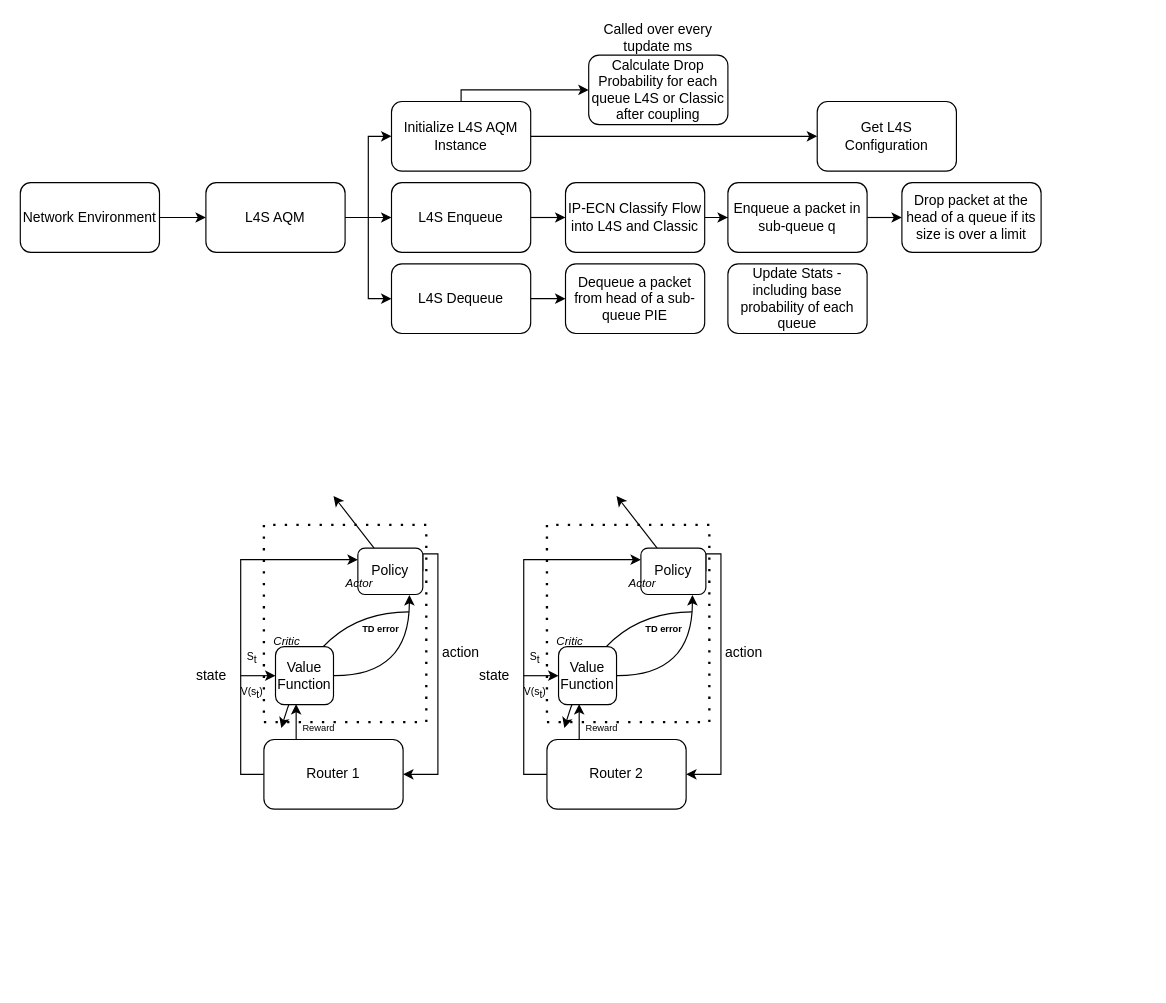
The draw.io diagram L4S-A3C.drawio in MPTCP-FreeBSD/FreeBSD-L4S-Experiments, before the edit. Source tidied: cells renumbered, new cells numbered last; positions are measured from the earlier drawing's top-left corner, leaving out a move shared by most shapes. Both pictures are drawn from the tidied source at 116%, with x=0, y=0 at pixel (20, 20).
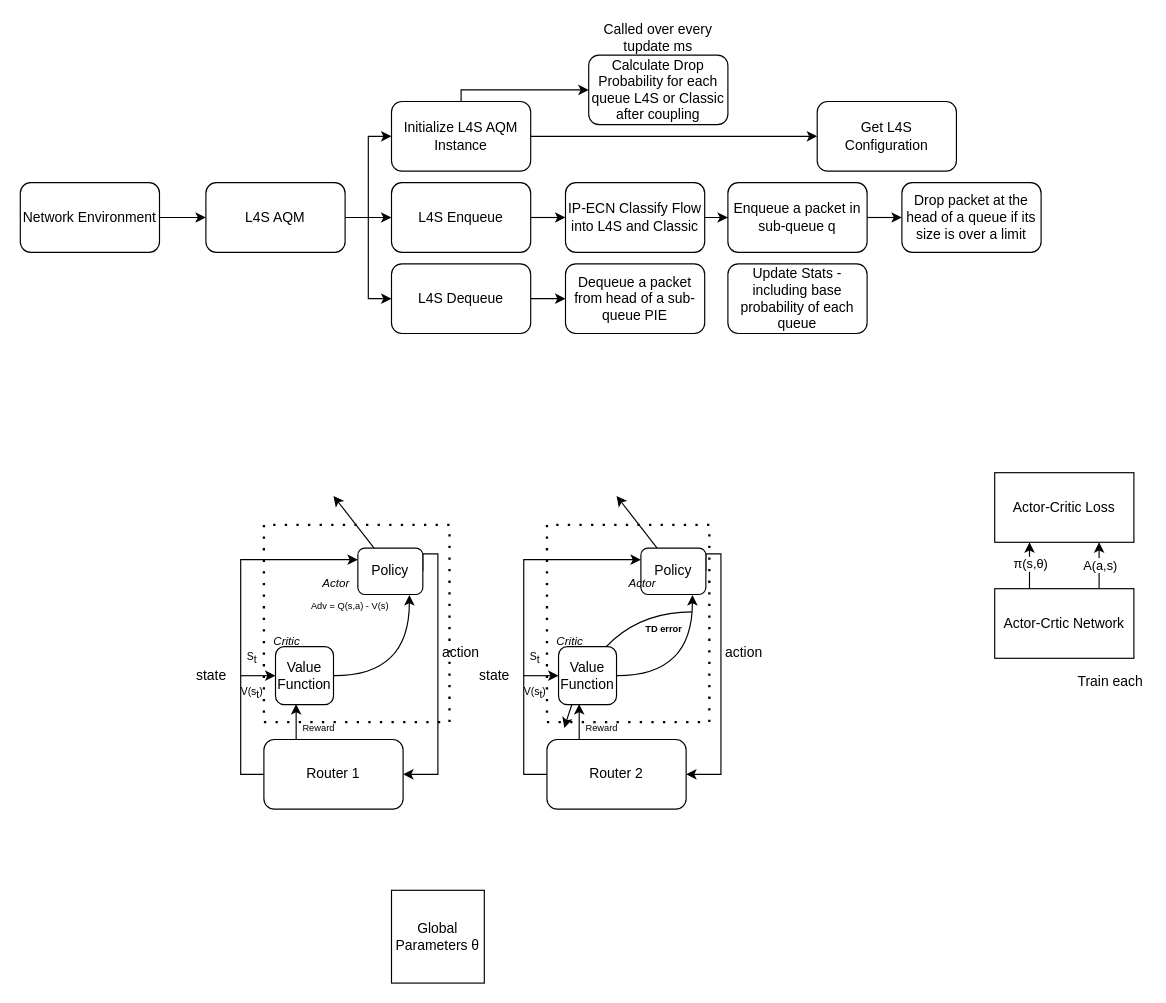
The same diagram, later.

What changed in the source:
```diff
@@
     <mxCell id="37" style="swimlane;startSize=0;dashed=1;dashPattern=1 4;rounded=1;strokeWidth=2;" parent="1" vertex="1">
-      <mxGeometry x="210" y="435" width="140" height="170" as="geometry" />
+      <mxGeometry x="210" y="435" width="160" height="170" as="geometry" />
     </mxCell>
@@
-    <mxCell id="40" style="endArrow=classic;html=1;rounded=0;curved=1;" parent="37" edge="1">
-      <mxGeometry relative="1" as="geometry">
-        <mxPoint x="125" y="75" as="sourcePoint" />
-        <mxPoint x="15" y="175" as="targetPoint" />
-        <Array as="points">
-          <mxPoint x="45" y="75" />
-        </Array>
-      </mxGeometry>
-    </mxCell>
-    <mxCell id="41" value="TD error" style="text;html=1;align=center;verticalAlign=middle;whiteSpace=wrap;rounded=0;fontSize=8;fontStyle=1;" parent="37" vertex="1">
-      <mxGeometry x="81" y="85" width="40" height="10" as="geometry" />
+    <mxCell id="41" value="&lt;span style=&quot;font-weight: normal;&quot;&gt;Adv = Q(s,a) - V(s)&lt;/span&gt;" style="text;html=1;align=center;verticalAlign=middle;whiteSpace=wrap;rounded=0;fontSize=8;fontStyle=1;" parent="37" vertex="1">
+      <mxGeometry x="35" y="62" width="79" height="15" as="geometry" />
     </mxCell>
+    <mxCell id="43" value="Actor" style="text;html=1;align=center;verticalAlign=middle;whiteSpace=wrap;rounded=0;fontStyle=2;fontSize=10;" parent="37" vertex="1">
+      <mxGeometry x="50" y="45" width="25" height="10" as="geometry" />
+    </mxCell>
@@
-    <mxCell id="43" value="Actor" style="text;html=1;align=center;verticalAlign=middle;whiteSpace=wrap;rounded=0;fontStyle=2;fontSize=10;" parent="1" vertex="1">
-      <mxGeometry x="280" y="480" width="25" height="10" as="geometry" />
-    </mxCell>
@@
+    <mxCell id="63" value="Actor-Critic Loss" style="rounded=0;whiteSpace=wrap;html=1;" parent="1" vertex="1">
+      <mxGeometry x="840" y="390" width="120" height="60" as="geometry" />
+    </mxCell>
+    <mxCell id="64" style="edgeStyle=orthogonalEdgeStyle;rounded=0;jettySize=auto;html=1;exitX=0.75;exitY=0;exitDx=0;exitDy=0;entryX=0.75;entryY=1;entryDx=0;entryDy=0;" parent="1" edge="1" source="68" target="63">
+      <mxGeometry relative="1" as="geometry" />
+    </mxCell>
+    <mxCell id="65" value="A(a,s)" style="edgeLabel;html=1;align=center;verticalAlign=middle;" parent="64" vertex="1">
+      <mxGeometry x="0.05" relative="1" as="geometry" />
+    </mxCell>
+    <mxCell id="66" style="edgeStyle=orthogonalEdgeStyle;rounded=0;jettySize=auto;html=1;exitX=0.25;exitY=0;exitDx=0;exitDy=0;entryX=0.25;entryY=1;entryDx=0;entryDy=0;" parent="1" edge="1" source="68" target="63">
+      <mxGeometry relative="1" as="geometry" />
+    </mxCell>
+    <mxCell id="67" value="π(s,θ)" style="edgeLabel;html=1;align=center;verticalAlign=middle;" parent="66" vertex="1">
+      <mxGeometry x="0.1" relative="1" as="geometry" />
+    </mxCell>
+    <mxCell id="68" value="Actor-Crtic Network" style="rounded=0;whiteSpace=wrap;html=1;" parent="1" vertex="1">
+      <mxGeometry x="840" y="490" width="120" height="60" as="geometry" />
+    </mxCell>
+    <mxCell id="69" value="Train each" style="text;html=1;align=center;verticalAlign=middle;whiteSpace=wrap;rounded=0;" parent="1" vertex="1">
+      <mxGeometry x="910" y="555" width="60" height="30" as="geometry" />
+    </mxCell>
+    <mxCell id="70" value="Global Parameters&amp;nbsp;θ" style="whiteSpace=wrap;html=1;" parent="1" vertex="1">
+      <mxGeometry x="320" y="750" width="80" height="80" as="geometry" />
+    </mxCell>
```
